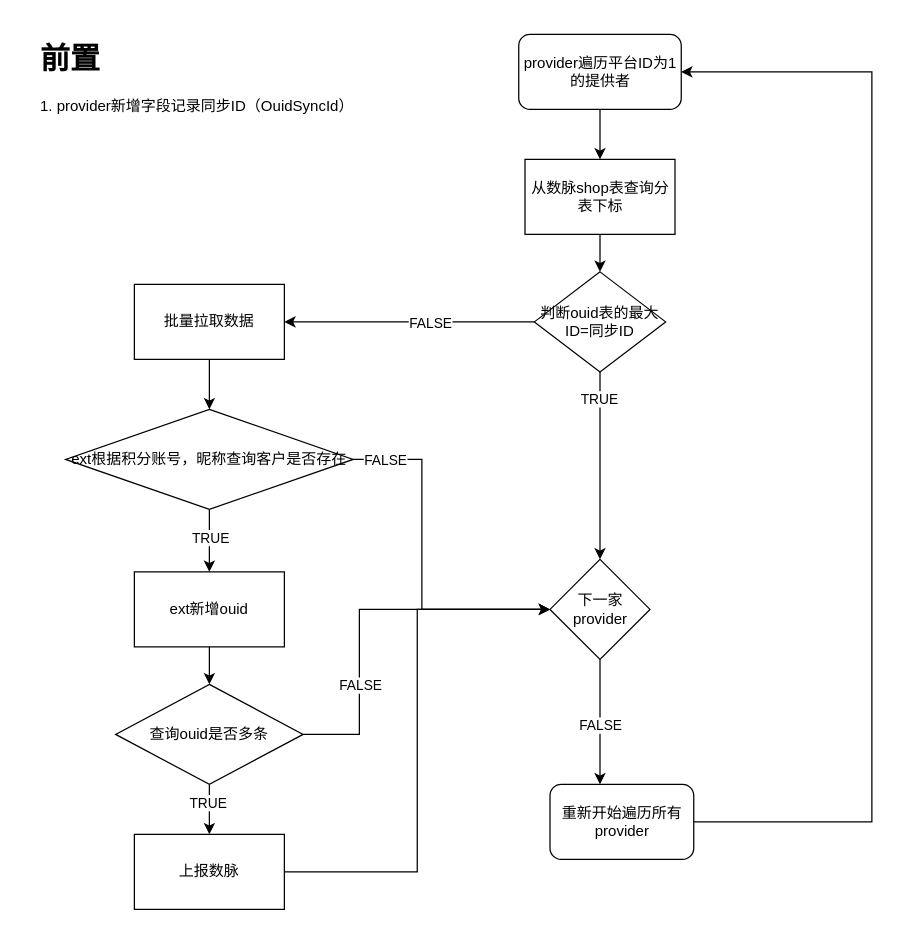
Before: ouid.drawio in yongqiangG/drawio, a draw.io diagram. Source tidied: cells renumbered, new cells numbered last; positions are measured from the earlier drawing's top-left corner, leaving out a move shared by most shapes. Both pictures are drawn from the tidied source at 125%, with x=0, y=0 at pixel (34, 34).
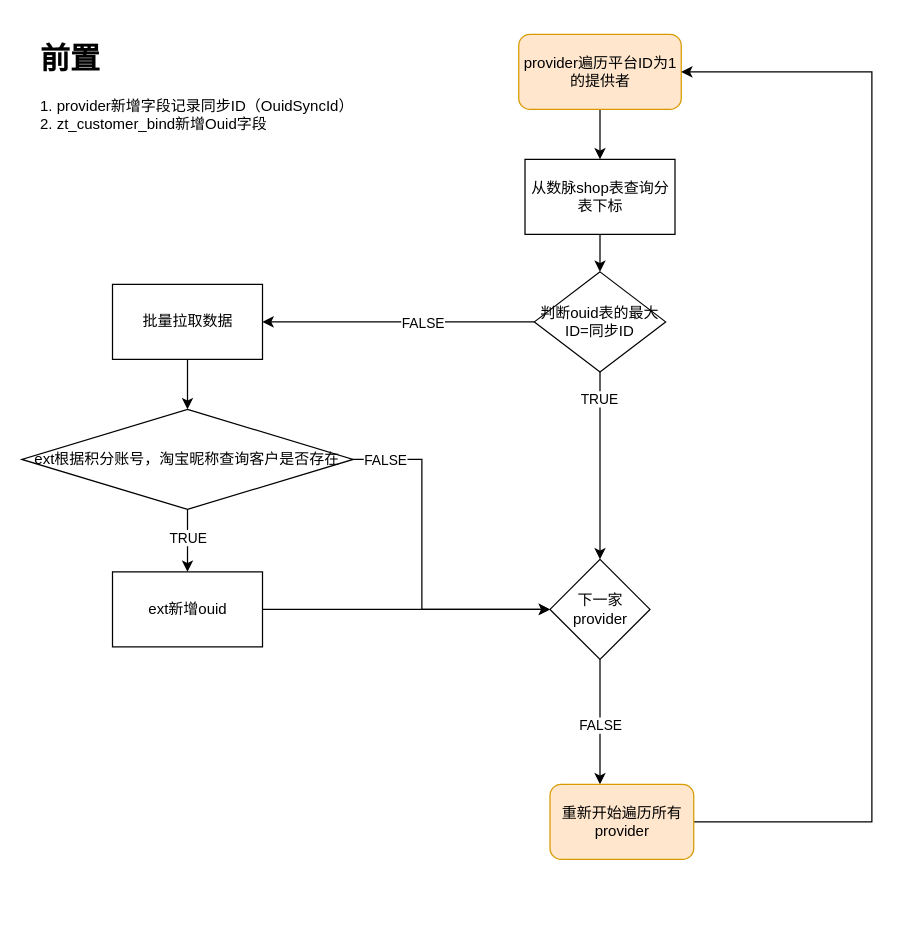
Above is the later version.

Unchanged cells that the change refers to:
```xml
<mxCell id="16" value="&lt;span&gt;下一家provider&lt;/span&gt;" style="rhombus;whiteSpace=wrap;html=1;" parent="1" vertex="1">
  <mxGeometry x="412.5" y="420" width="80" height="80" as="geometry" />
</mxCell>
```

The edit, as a diff of the source:
```diff
@@
-    <mxCell id="3" value="provider遍历平台ID为1的提供者" style="rounded=1;whiteSpace=wrap;html=1;" parent="1" vertex="1">
+    <mxCell id="3" value="provider遍历平台ID为1的提供者" style="rounded=1;whiteSpace=wrap;html=1;fillColor=#ffe6cc;strokeColor=#d79b00;" parent="1" vertex="1">
       <mxGeometry x="387.5" width="130" height="60" as="geometry" />
     </mxCell>
@@
-    <mxCell id="6" value="&lt;h1&gt;前置&lt;/h1&gt;&lt;div&gt;&lt;/div&gt;&lt;span style=&quot;text-align: center&quot;&gt;1. provider新增字段记录同步ID（OuidSyncId）&lt;br&gt;&lt;/span&gt;" style="text;html=1;strokeColor=none;fillColor=none;spacing=5;spacingTop=-20;whiteSpace=wrap;overflow=hidden;rounded=0;" parent="1" vertex="1">
+    <mxCell id="6" value="&lt;h1&gt;前置&lt;/h1&gt;&lt;div&gt;&lt;/div&gt;&lt;span style=&quot;text-align: center&quot;&gt;1. provider新增字段记录同步ID（OuidSyncId）&lt;br&gt;2. zt_customer_bind新增Ouid字段&lt;br&gt;&lt;/span&gt;" style="text;html=1;strokeColor=none;fillColor=none;spacing=5;spacingTop=-20;whiteSpace=wrap;overflow=hidden;rounded=0;" parent="1" vertex="1">
       <mxGeometry width="260" height="120" as="geometry" />
     </mxCell>
@@
-    <mxCell id="15" value="重新开始遍历所有provider" style="rounded=1;whiteSpace=wrap;html=1;" parent="1" vertex="1">
+    <mxCell id="15" value="重新开始遍历所有provider" style="rounded=1;whiteSpace=wrap;html=1;fillColor=#ffe6cc;strokeColor=#d79b00;" parent="1" vertex="1">
       <mxGeometry x="412.5" y="600" width="115" height="60" as="geometry" />
     </mxCell>
@@
     <mxCell id="18" value="批量拉取数据" style="rounded=0;whiteSpace=wrap;html=1;" parent="1" vertex="1">
-      <mxGeometry x="80" y="200" width="120" height="60" as="geometry" />
+      <mxGeometry x="62.5" y="200" width="120" height="60" as="geometry" />
     </mxCell>
@@
-    <mxCell id="23" value="&lt;span style=&quot;text-align: left&quot;&gt;ext根据积分账号，昵称查询客户是否存在&lt;/span&gt;" style="rhombus;whiteSpace=wrap;html=1;" parent="1" vertex="1">
-      <mxGeometry x="25" y="300" width="230" height="80" as="geometry" />
+    <mxCell id="23" value="&lt;span style=&quot;text-align: left&quot;&gt;ext根据积分账号，淘宝昵称查询客户是否存在&lt;/span&gt;" style="rhombus;whiteSpace=wrap;html=1;" parent="1" vertex="1">
+      <mxGeometry x="-10" y="300" width="265" height="80" as="geometry" />
     </mxCell>
-    <mxCell id="24" style="edgeStyle=orthogonalEdgeStyle;rounded=0;jettySize=auto;html=1;" parent="1" edge="1" source="25" target="30">
-      <mxGeometry relative="1" as="geometry" />
-    </mxCell>
+    <mxCell id="33" style="edgeStyle=orthogonalEdgeStyle;rounded=0;jettySize=auto;html=1;" parent="1" edge="1" source="25" target="16">
+      <mxGeometry relative="1" as="geometry" />
+    </mxCell>
     <mxCell id="25" value="ext新增ouid" style="rounded=0;whiteSpace=wrap;html=1;" parent="1" vertex="1">
-      <mxGeometry x="80" y="430" width="120" height="60" as="geometry" />
+      <mxGeometry x="62.5" y="430" width="120" height="60" as="geometry" />
     </mxCell>
-    <mxCell id="26" style="edgeStyle=orthogonalEdgeStyle;rounded=0;jettySize=auto;html=1;" parent="1" edge="1" source="30" target="32">
-      <mxGeometry relative="1" as="geometry" />
-    </mxCell>
-    <mxCell id="27" value="TRUE" style="edgeLabel;html=1;align=center;verticalAlign=middle;" parent="26" vertex="1">
-      <mxGeometry x="-0.31" y="-2" relative="1" as="geometry" />
-    </mxCell>
-    <mxCell id="28" style="edgeStyle=orthogonalEdgeStyle;rounded=0;jettySize=auto;html=1;entryX=0;entryY=0.5;entryDx=0;entryDy=0;" parent="1" edge="1" source="30" target="16">
-      <mxGeometry relative="1" as="geometry">
-        <Array as="points">
-          <mxPoint x="260" y="560" />
-          <mxPoint x="260" y="460" />
-        </Array>
-      </mxGeometry>
-    </mxCell>
-    <mxCell id="29" value="FALSE" style="edgeLabel;html=1;align=center;verticalAlign=middle;" parent="28" vertex="1">
-      <mxGeometry x="-0.47" relative="1" as="geometry">
-        <mxPoint y="-6" as="offset" />
-      </mxGeometry>
-    </mxCell>
-    <mxCell id="30" value="查询ouid是否多条" style="rhombus;whiteSpace=wrap;html=1;" parent="1" vertex="1">
-      <mxGeometry x="65" y="520" width="150" height="80" as="geometry" />
-    </mxCell>
-    <mxCell id="31" style="edgeStyle=orthogonalEdgeStyle;rounded=0;jettySize=auto;html=1;entryX=0;entryY=0.5;entryDx=0;entryDy=0;" parent="1" edge="1" source="32" target="16">
-      <mxGeometry relative="1" as="geometry" />
-    </mxCell>
-    <mxCell id="32" value="上报数脉" style="rounded=0;whiteSpace=wrap;html=1;" parent="1" vertex="1">
-      <mxGeometry x="80" y="640" width="120" height="60" as="geometry" />
-    </mxCell>
```
